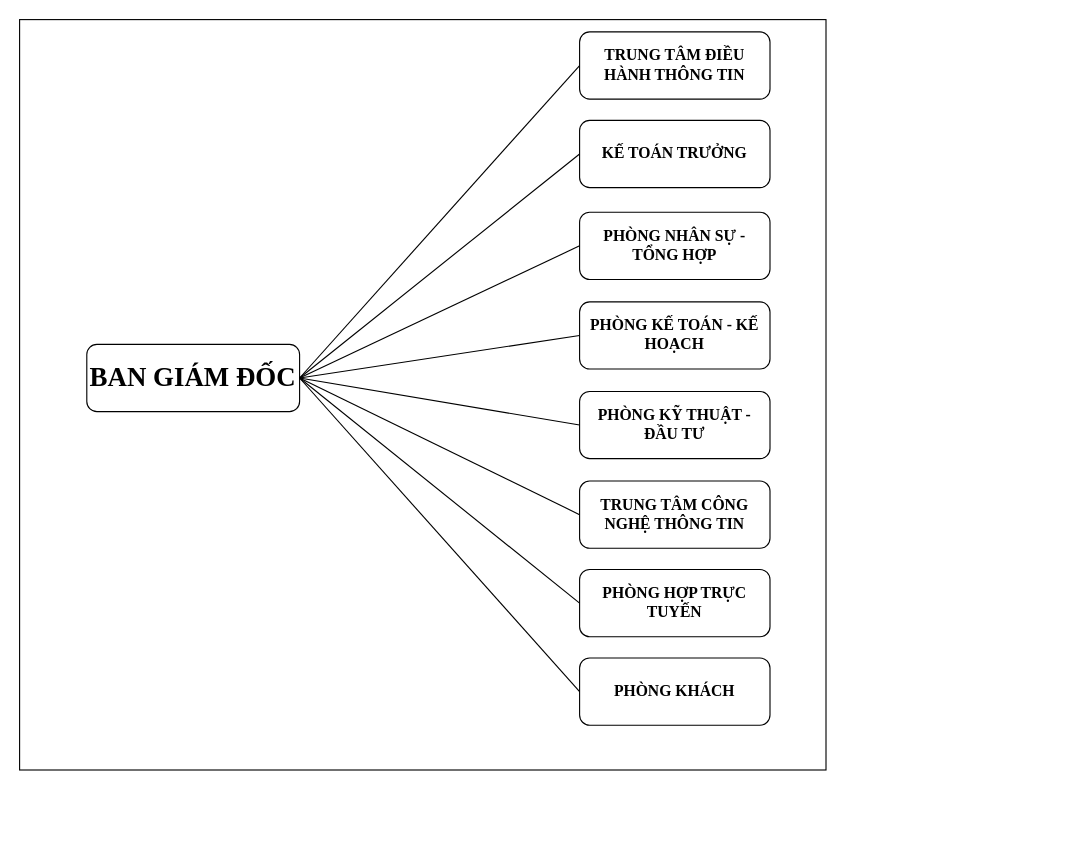
Earlier version of the draw.io diagram Documents/BaoCao/Cơ cấu tổ chức.drawio (thanhhoax701/TTTT-QLHDTVT). Source tidied: cells renumbered, new cells numbered last; positions are measured from the earlier drawing's top-left corner, leaving out a move shared by most shapes. Both pictures are drawn from the tidied source at 112%, with x=0, y=0 at pixel (19, 19).
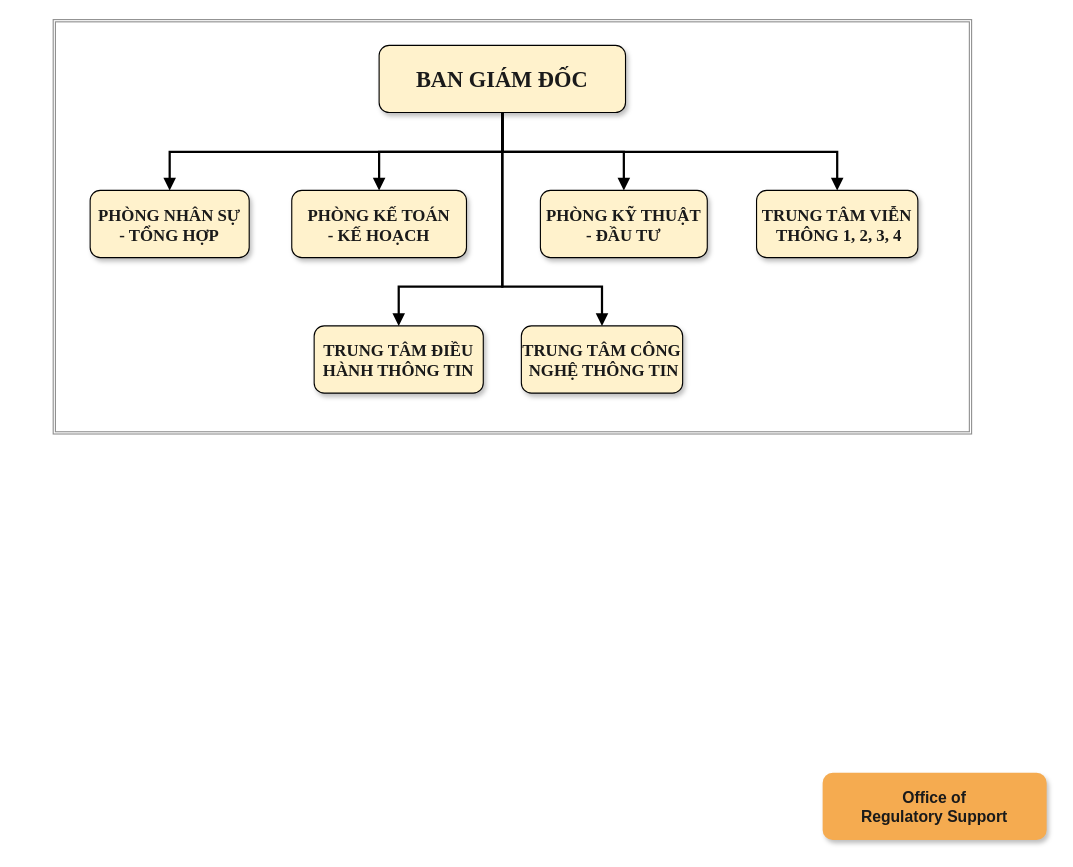
The same diagram, later.

Change to the diagram source:
```diff
@@
 <mxGraphModel>
   <root>
     <mxCell id="0" />
     <mxCell id="1" parent="0" />
-    <mxCell id="2" style="rounded=0;whiteSpace=wrap;html=1;" parent="1" vertex="1">
-      <mxGeometry width="720" height="670" as="geometry" />
-    </mxCell>
+    <mxCell id="20" style="shape=ext;double=1;rounded=0;html=1;strokeColor=#909090;fontColor=#1A1A1A;fillColor=#FFFFFF;whiteSpace=wrap;" parent="1" vertex="1">
+      <mxGeometry x="30" width="820" height="370" as="geometry" />
+    </mxCell>
-    <mxCell id="3" value="&lt;font style=&quot;font-size: 24px;&quot; face=&quot;Times New Roman&quot;&gt;&lt;b style=&quot;&quot;&gt;BAN GIÁM ĐỐC&lt;/b&gt;&lt;/font&gt;" style="rounded=1;whiteSpace=wrap;html=1;" parent="1" vertex="1">
-      <mxGeometry x="60" y="290" width="190" height="60" as="geometry" />
+    <mxCell id="3" value="BAN GIÁM ĐỐC" style="rounded=1;strokeColor=default;shadow=1;fontStyle=1;fontSize=20;labelBackgroundColor=none;fontFamily=Times New Roman;fillColor=#FFF2CC;fontColor=#1A1A1A;fillStyle=auto;whiteSpace=wrap;" parent="1" vertex="1">
+      <mxGeometry x="321" y="23" width="220" height="60" as="geometry" />
     </mxCell>
-    <mxCell id="4" value="&lt;font style=&quot;font-size: 14px;&quot; face=&quot;Times New Roman&quot;&gt;&lt;b&gt;KẾ TOÁN TRƯỞNG&lt;/b&gt;&lt;/font&gt;" style="rounded=1;whiteSpace=wrap;html=1;" parent="1" vertex="1">
-      <mxGeometry x="500" y="90" width="170" height="60" as="geometry" />
-    </mxCell>
-    <mxCell id="5" value="&lt;font style=&quot;font-size: 14px;&quot; face=&quot;Times New Roman&quot;&gt;&lt;b&gt;PHÒNG NHÂN SỰ - TỔNG HỢP&lt;/b&gt;&lt;/font&gt;" style="rounded=1;whiteSpace=wrap;html=1;" parent="1" vertex="1">
-      <mxGeometry x="500" y="172" width="170" height="60" as="geometry" />
+    <mxCell id="5" value="PHÒNG NHÂN SỰ &#10;- TỔNG HỢP" style="rounded=1;strokeColor=default;shadow=1;fontStyle=1;fontSize=15;labelBackgroundColor=none;fontFamily=Times New Roman;fillColor=#FFF2CC;fontColor=#1A1A1A;whiteSpace=wrap;" parent="1" vertex="1">
+      <mxGeometry x="63" y="152.5" width="142" height="60" as="geometry" />
     </mxCell>
-    <mxCell id="6" value="&lt;font style=&quot;font-size: 14px;&quot; face=&quot;Times New Roman&quot;&gt;&lt;b&gt;PHÒNG KẾ TOÁN - KẾ HOẠCH&lt;/b&gt;&lt;/font&gt;" style="rounded=1;whiteSpace=wrap;html=1;" parent="1" vertex="1">
-      <mxGeometry x="500" y="252" width="170" height="60" as="geometry" />
+    <mxCell id="6" value="PHÒNG KẾ TOÁN &#10;- KẾ HOẠCH" style="rounded=1;strokeColor=default;shadow=1;fontStyle=1;fontSize=15;labelBackgroundColor=none;fontFamily=Times New Roman;fillColor=#FFF2CC;fontColor=#1A1A1A;whiteSpace=wrap;" parent="1" vertex="1">
+      <mxGeometry x="243" y="152.5" width="156" height="60" as="geometry" />
     </mxCell>
-    <mxCell id="7" value="&lt;font style=&quot;font-size: 14px;&quot; face=&quot;Times New Roman&quot;&gt;&lt;b&gt;PHÒNG KỸ THUẬT - ĐẦU TƯ&lt;/b&gt;&lt;/font&gt;" style="rounded=1;whiteSpace=wrap;html=1;" parent="1" vertex="1">
-      <mxGeometry x="500" y="332" width="170" height="60" as="geometry" />
+    <mxCell id="7" value="PHÒNG KỸ THUẬT &#10;- ĐẦU TƯ" style="rounded=1;strokeColor=default;shadow=1;fontStyle=1;fontSize=15;labelBackgroundColor=none;fontFamily=Times New Roman;fillColor=#FFF2CC;fontColor=#1A1A1A;whiteSpace=wrap;" parent="1" vertex="1">
+      <mxGeometry x="465" y="152.5" width="149" height="60" as="geometry" />
     </mxCell>
+    <mxCell id="9" value="TRUNG TÂM ĐIỀU &#10;HÀNH THÔNG TIN" style="rounded=1;strokeColor=default;shadow=1;fontStyle=1;fontSize=15;labelBackgroundColor=none;fontFamily=Times New Roman;fillColor=#FFF2CC;fontColor=#1A1A1A;whiteSpace=wrap;" parent="1" vertex="1">
+      <mxGeometry x="263" y="273.5" width="151" height="60" as="geometry" />
+    </mxCell>
-    <mxCell id="8" value="&lt;font style=&quot;font-size: 14px;&quot; face=&quot;Times New Roman&quot;&gt;&lt;b&gt;TRUNG TÂM CÔNG NGHỆ THÔNG TIN&lt;/b&gt;&lt;/font&gt;" style="rounded=1;whiteSpace=wrap;html=1;" parent="1" vertex="1">
-      <mxGeometry x="500" y="412" width="170" height="60" as="geometry" />
+    <mxCell id="8" value="TRUNG TÂM CÔNG&#10; NGHỆ THÔNG TIN" style="rounded=1;strokeColor=default;shadow=1;fontStyle=1;fontSize=15;labelBackgroundColor=none;fontFamily=Times New Roman;fillColor=#FFF2CC;fontColor=#1A1A1A;whiteSpace=wrap;" parent="1" vertex="1">
+      <mxGeometry x="448" y="273.5" width="144" height="60" as="geometry" />
     </mxCell>
-    <mxCell id="9" value="&lt;font style=&quot;font-size: 14px;&quot; face=&quot;Times New Roman&quot;&gt;&lt;b&gt;TRUNG TÂM ĐIỀU HÀNH THÔNG TIN&lt;/b&gt;&lt;/font&gt;" style="rounded=1;whiteSpace=wrap;html=1;" parent="1" vertex="1">
-      <mxGeometry x="500" y="11" width="170" height="60" as="geometry" />
-    </mxCell>
-    <mxCell id="10" style="endArrow=none;html=1;rounded=0;entryX=0;entryY=0.5;entryDx=0;entryDy=0;exitX=1;exitY=0.5;exitDx=0;exitDy=0;" parent="1" edge="1" source="3" target="4">
-      <mxGeometry relative="1" as="geometry" />
-    </mxCell>
+    <mxCell id="21" value="Office of&#10; Regulatory Support" style="rounded=1;strokeColor=none;shadow=1;fontStyle=1;fontSize=14;labelBackgroundColor=none;fillColor=#F5AB50;fontColor=#1A1A1A;whiteSpace=wrap;" parent="1" vertex="1">
+      <mxGeometry x="717" y="672.5" width="200" height="60" as="geometry" />
+    </mxCell>
+    <mxCell id="12" style="edgeStyle=elbowEdgeStyle;elbow=vertical;strokeWidth=2;endArrow=block;endFill=1;fontStyle=1;labelBackgroundColor=none;fontColor=default;strokeColor=#000000;fontFamily=Times New Roman;rounded=0;" parent="1" edge="1" source="3" target="6">
+      <mxGeometry x="-343" y="-127.5" as="geometry" />
+    </mxCell>
-    <mxCell id="11" style="endArrow=none;html=1;rounded=0;entryX=0;entryY=0.5;entryDx=0;entryDy=0;exitX=1;exitY=0.5;exitDx=0;exitDy=0;" parent="1" edge="1" source="3" target="5">
-      <mxGeometry relative="1" as="geometry" />
+    <mxCell id="11" style="edgeStyle=elbowEdgeStyle;elbow=vertical;strokeWidth=2;endArrow=block;endFill=1;fontStyle=1;labelBackgroundColor=none;fontColor=default;strokeColor=#000000;fontFamily=Times New Roman;rounded=0;" parent="1" edge="1" source="3" target="5">
+      <mxGeometry x="-343" y="-127.5" as="geometry" />
     </mxCell>
-    <mxCell id="12" style="endArrow=none;html=1;rounded=0;entryX=0;entryY=0.5;entryDx=0;entryDy=0;exitX=1;exitY=0.5;exitDx=0;exitDy=0;" parent="1" edge="1" source="3" target="6">
-      <mxGeometry relative="1" as="geometry" />
-    </mxCell>
-    <mxCell id="13" style="endArrow=none;html=1;rounded=0;exitX=1;exitY=0.5;exitDx=0;exitDy=0;entryX=0;entryY=0.5;entryDx=0;entryDy=0;" parent="1" edge="1" source="3" target="7">
-      <mxGeometry relative="1" as="geometry" />
+    <mxCell id="13" style="edgeStyle=elbowEdgeStyle;elbow=vertical;strokeWidth=2;endArrow=block;endFill=1;fontStyle=1;labelBackgroundColor=none;fontColor=default;strokeColor=#000000;fontFamily=Times New Roman;rounded=0;" parent="1" edge="1" source="3" target="7">
+      <mxGeometry x="-343" y="-127.5" as="geometry" />
     </mxCell>
+    <mxCell id="15" style="edgeStyle=elbowEdgeStyle;elbow=vertical;strokeWidth=2;endArrow=block;endFill=1;fontStyle=1;labelBackgroundColor=none;fontColor=default;strokeColor=#000000;fontFamily=Times New Roman;rounded=0;entryX=0.5;entryY=0;entryDx=0;entryDy=0;exitX=0.5;exitY=1;exitDx=0;exitDy=0;" parent="1" edge="1" source="3" target="9">
+      <mxGeometry x="-343" y="-141.5" as="geometry">
+        <Array as="points">
+          <mxPoint x="277" y="238.5" />
+        </Array>
+      </mxGeometry>
+    </mxCell>
-    <mxCell id="14" style="endArrow=none;html=1;rounded=0;exitX=1;exitY=0.5;exitDx=0;exitDy=0;entryX=0;entryY=0.5;entryDx=0;entryDy=0;" parent="1" edge="1" source="3" target="8">
-      <mxGeometry relative="1" as="geometry" />
+    <mxCell id="14" style="edgeStyle=elbowEdgeStyle;elbow=vertical;strokeWidth=2;endArrow=block;endFill=1;fontStyle=1;labelBackgroundColor=none;fontColor=default;entryX=0.5;entryY=0;entryDx=0;entryDy=0;strokeColor=#000000;fontFamily=Times New Roman;rounded=0;exitX=0.5;exitY=1;exitDx=0;exitDy=0;" parent="1" edge="1" source="3" target="8">
+      <mxGeometry x="-343" y="-141.5" as="geometry">
+        <Array as="points">
+          <mxPoint x="567" y="238.5" />
+        </Array>
+      </mxGeometry>
     </mxCell>
-    <mxCell id="15" style="endArrow=none;html=1;rounded=0;exitX=1;exitY=0.5;exitDx=0;exitDy=0;entryX=0;entryY=0.5;entryDx=0;entryDy=0;" parent="1" edge="1" source="3" target="9">
-      <mxGeometry relative="1" as="geometry" />
-    </mxCell>
-    <mxCell id="16" value="&lt;font face=&quot;Times New Roman&quot;&gt;&lt;span style=&quot;font-size: 14px;&quot;&gt;&lt;b&gt;PHÒNG HỢP TRỰC TUYẾN&lt;/b&gt;&lt;/span&gt;&lt;/font&gt;" style="rounded=1;whiteSpace=wrap;html=1;" parent="1" vertex="1">
-      <mxGeometry x="500" y="491" width="170" height="60" as="geometry" />
-    </mxCell>
-    <mxCell id="17" style="endArrow=none;html=1;rounded=0;exitX=1;exitY=0.5;exitDx=0;exitDy=0;entryX=0;entryY=0.5;entryDx=0;entryDy=0;" parent="1" edge="1" source="3" target="16">
-      <mxGeometry relative="1" as="geometry" />
-    </mxCell>
-    <mxCell id="18" value="&lt;font style=&quot;font-size: 14px;&quot; face=&quot;Times New Roman&quot;&gt;&lt;b&gt;PHÒNG KHÁCH&lt;/b&gt;&lt;/font&gt;" style="rounded=1;whiteSpace=wrap;html=1;" parent="1" vertex="1">
-      <mxGeometry x="500" y="570" width="170" height="60" as="geometry" />
-    </mxCell>
-    <mxCell id="19" style="endArrow=none;html=1;rounded=0;entryX=0;entryY=0.5;entryDx=0;entryDy=0;exitX=1;exitY=0.5;exitDx=0;exitDy=0;" parent="1" edge="1" source="3" target="18">
-      <mxGeometry relative="1" as="geometry" />
-    </mxCell>
+    <mxCell id="22" style="edgeStyle=elbowEdgeStyle;elbow=vertical;strokeWidth=2;endArrow=block;endFill=1;fontStyle=1;exitX=0.5;exitY=1;exitDx=0;exitDy=0;entryX=0.5;entryY=0;entryDx=0;entryDy=0;labelBackgroundColor=none;fontColor=default;strokeColor=#000000;verticalAlign=middle;fontFamily=Times New Roman;rounded=0;" parent="1" edge="1" source="3" target="23">
+      <mxGeometry x="-105" y="-128" as="geometry" />
+    </mxCell>
+    <mxCell id="23" value="TRUNG TÂM VIỄN&#10; THÔNG 1, 2, 3, 4" style="rounded=1;strokeColor=default;shadow=1;fontStyle=1;fontSize=15;labelBackgroundColor=none;fontFamily=Times New Roman;fillColor=#FFF2CC;fontColor=#1A1A1A;whiteSpace=wrap;" parent="1" vertex="1">
+      <mxGeometry x="658" y="152.5" width="144" height="60" as="geometry" />
+    </mxCell>
   </root>
 </mxGraphModel>
```
